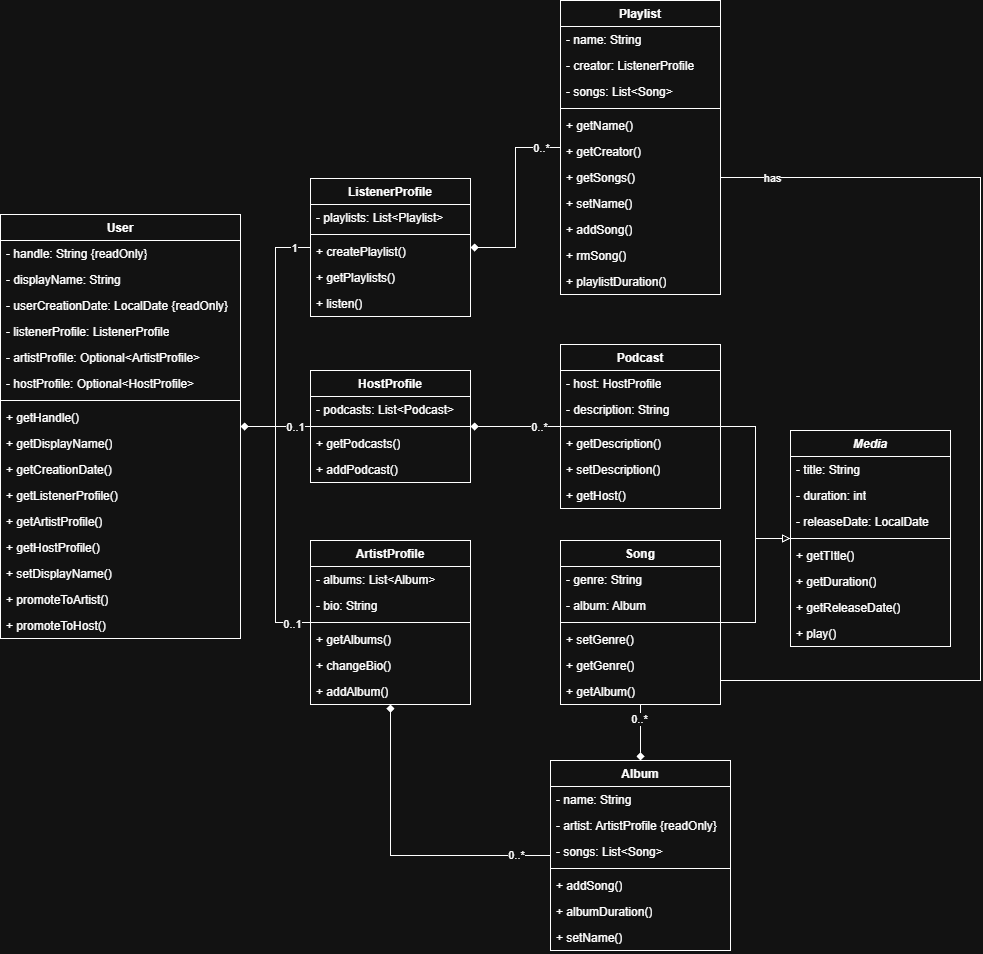
Before: docs/uml/music-streaming-library-Main.png, a diagram exported from draw.io (SailinEast/music-streaming-library). Source tidied: cells renumbered, new cells last; positions are measured from the earlier drawing's top-left corner, leaving out a move shared by most shapes.
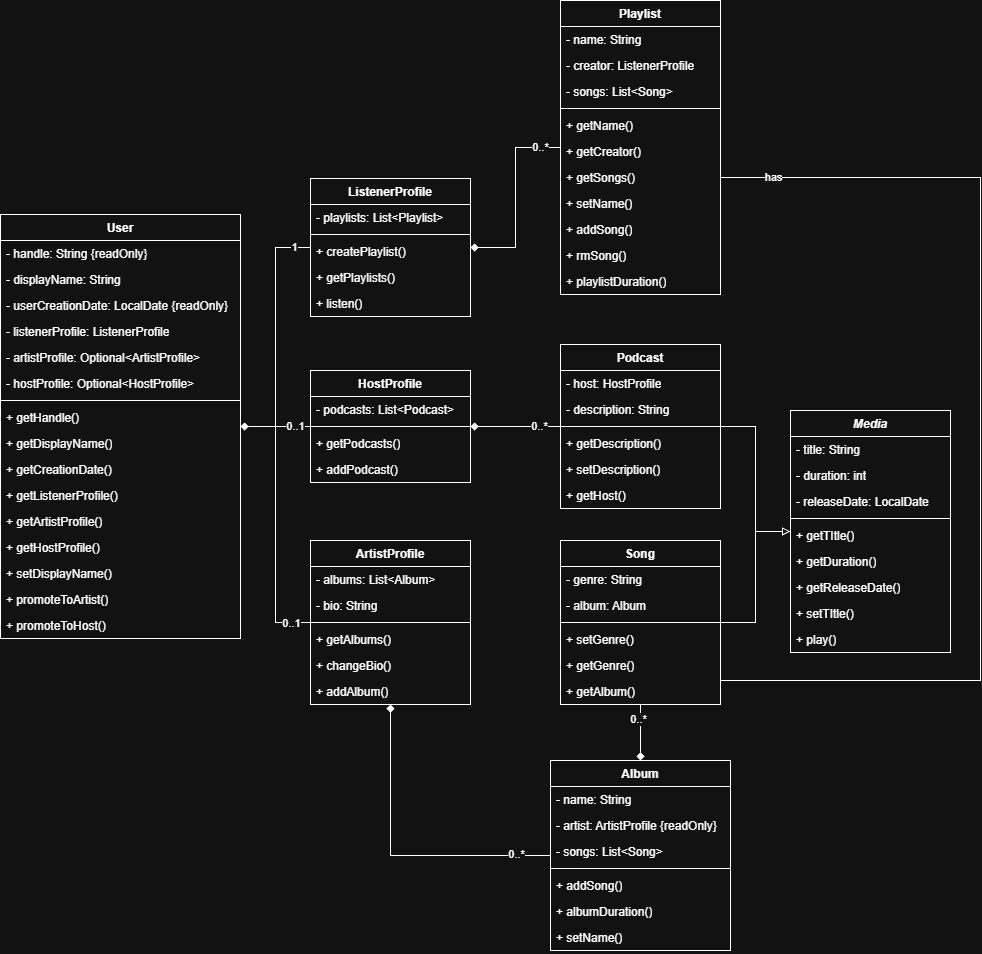
The same file after the commit.

What changed in the source:
```diff
@@ -54,7 +54,7 @@
       <mxGeometry y="398" width="240" height="26" as="geometry" />
     </mxCell>
     <mxCell id="19" value="&lt;i&gt;Media&lt;/i&gt;" style="swimlane;fontStyle=1;align=center;verticalAlign=top;horizontal=1;startSize=26;whiteSpace=wrap;html=1;" parent="1" vertex="1">
-      <mxGeometry x="790" y="430" width="160" height="216" as="geometry" />
+      <mxGeometry x="790" y="410" width="160" height="242" as="geometry" />
     </mxCell>
     <mxCell id="20" value="- title: String" style="text;strokeColor=none;fillColor=none;align=left;verticalAlign=top;spacingLeft=4;spacingRight=4;overflow=hidden;whiteSpace=wrap;html=1;" parent="19" vertex="1">
       <mxGeometry y="26" width="160" height="26" as="geometry" />
@@ -77,8 +77,11 @@
     <mxCell id="26" value="+ getReleaseDate()" style="text;strokeColor=none;fillColor=none;align=left;verticalAlign=top;spacingLeft=4;spacingRight=4;overflow=hidden;whiteSpace=wrap;html=1;" parent="19" vertex="1">
       <mxGeometry y="164" width="160" height="26" as="geometry" />
     </mxCell>
+    <mxCell id="98" value="+ setTItle()" style="text;strokeColor=none;fillColor=none;align=left;verticalAlign=top;spacingLeft=4;spacingRight=4;overflow=hidden;whiteSpace=wrap;html=1;" parent="19" vertex="1">
+      <mxGeometry y="190" width="160" height="26" as="geometry" />
+    </mxCell>
     <mxCell id="27" value="+ play()" style="text;strokeColor=none;fillColor=none;align=left;verticalAlign=top;spacingLeft=4;spacingRight=4;overflow=hidden;whiteSpace=wrap;html=1;" parent="19" vertex="1">
-      <mxGeometry y="190" width="160" height="26" as="geometry" />
+      <mxGeometry y="216" width="160" height="26" as="geometry" />
     </mxCell>
     <mxCell id="28" value="HostProfile" style="swimlane;fontStyle=1;align=center;verticalAlign=top;horizontal=1;startSize=26;whiteSpace=wrap;html=1;" parent="1" vertex="1">
       <mxGeometry x="310" y="370" width="160" height="112" as="geometry" />
```
